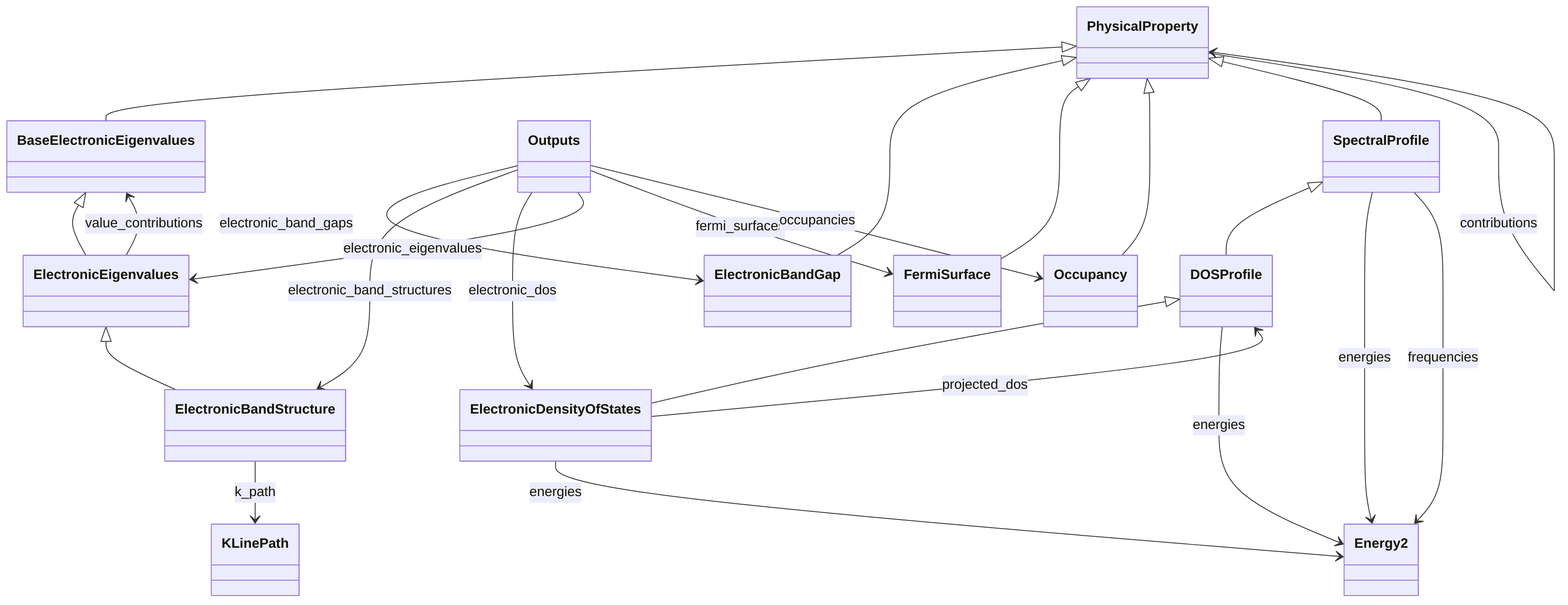
FAIRmat-NFDI/nomad-simulations keeps this Mermaid diagram as docs/assets/diagrams/electronic_properties_0.png. Above is the earlier version. Its source is kept beside it as docs/assets/diagrams/electronic_properties_0.png.mmd.
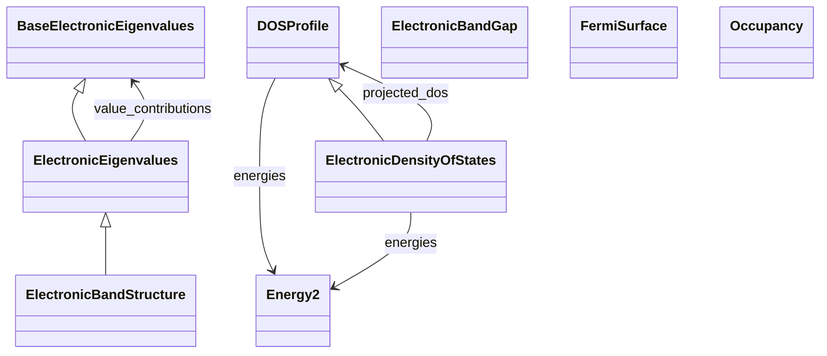
Later version of the same file.

The edit, as a diff of the source:
```diff
@@ -7,31 +7,11 @@
     class ElectronicEigenvalues
     class Energy2
     class FermiSurface
-    class KLinePath
     class Occupancy
-    class Outputs
-    class PhysicalProperty
-    class SpectralProfile
-    PhysicalProperty <|-- BaseElectronicEigenvalues
-    SpectralProfile <|-- DOSProfile
-    PhysicalProperty <|-- ElectronicBandGap
     ElectronicEigenvalues <|-- ElectronicBandStructure
     DOSProfile <|-- ElectronicDensityOfStates
     BaseElectronicEigenvalues <|-- ElectronicEigenvalues
-    PhysicalProperty <|-- FermiSurface
-    PhysicalProperty <|-- Occupancy
-    PhysicalProperty <|-- SpectralProfile
     DOSProfile --> Energy2 : energies
-    ElectronicBandStructure --> KLinePath : k_path
     ElectronicDensityOfStates --> DOSProfile : projected_dos
     ElectronicDensityOfStates --> Energy2 : energies
     ElectronicEigenvalues --> BaseElectronicEigenvalues : value_contributions
-    Outputs --> ElectronicBandGap : electronic_band_gaps
-    Outputs --> ElectronicBandStructure : electronic_band_structures
-    Outputs --> ElectronicDensityOfStates : electronic_dos
-    Outputs --> ElectronicEigenvalues : electronic_eigenvalues
-    Outputs --> FermiSurface : fermi_surfaces
-    Outputs --> Occupancy : occupancies
-    PhysicalProperty --> PhysicalProperty : contributions
-    SpectralProfile --> Energy2 : energies
-    SpectralProfile --> Energy2 : frequencies
```
